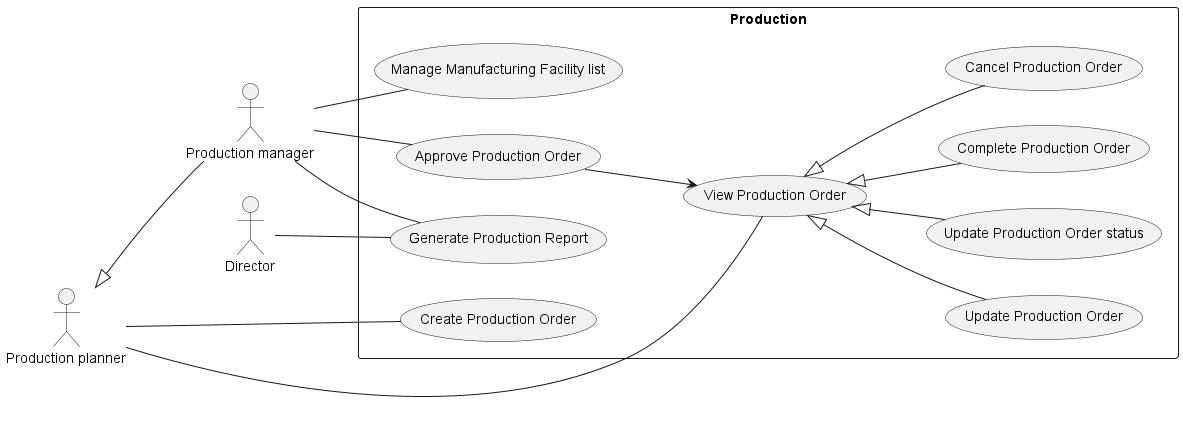
Earlier version of the PlantUML export use-cases/Production.png (phihungha/scmss-reqs). Source of this version:
```plantuml
@startuml Production
left to right direction

:Production planner: as pp
:Production manager: as pm
pp <|-- pm

:Director: as d

rectangle Production {
  pp -- (View Production Order)
  pp -- (Create Production Order)
  (View Production Order) <|-- (Update Production Order)
  (View Production Order) <|-- (Update Production Order status)
  (View Production Order) <|-- (Complete Production Order)
  (View Production Order) <|-- (Cancel Production Order)

  pm -- (Approve Production Order)
  (Approve Production Order) --> (View Production Order)

  pm -- (Manage Manufacturing Facility list)
  pm -- (Generate Production Report)
  d -- (Generate Production Report)
}
@enduml
```
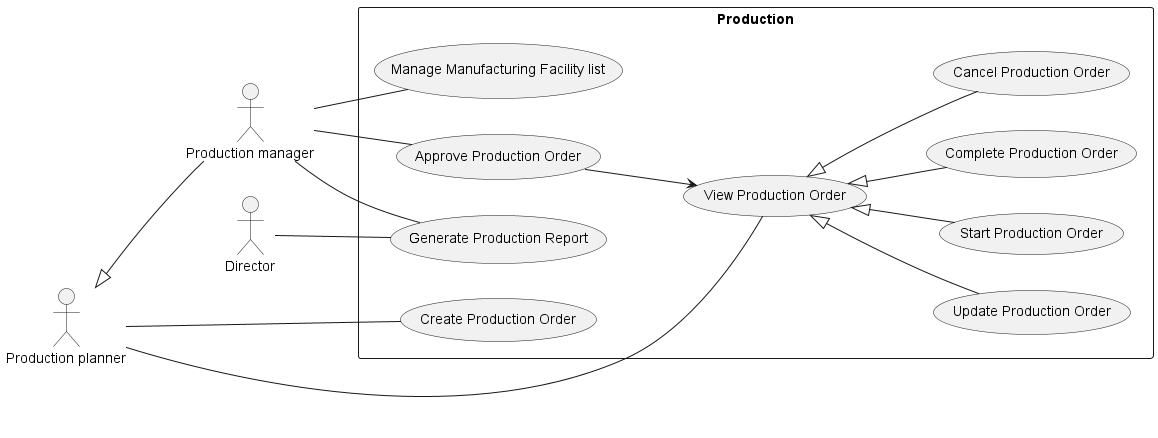
After the change.

Commit message:
Add start production order feature

The edit, as a diff of the source:
```diff
@@ -11,7 +11,7 @@
   pp -- (View Production Order)
   pp -- (Create Production Order)
   (View Production Order) <|-- (Update Production Order)
-  (View Production Order) <|-- (Update Production Order status)
+  (View Production Order) <|-- (Start Production Order)
   (View Production Order) <|-- (Complete Production Order)
   (View Production Order) <|-- (Cancel Production Order)
 
```
